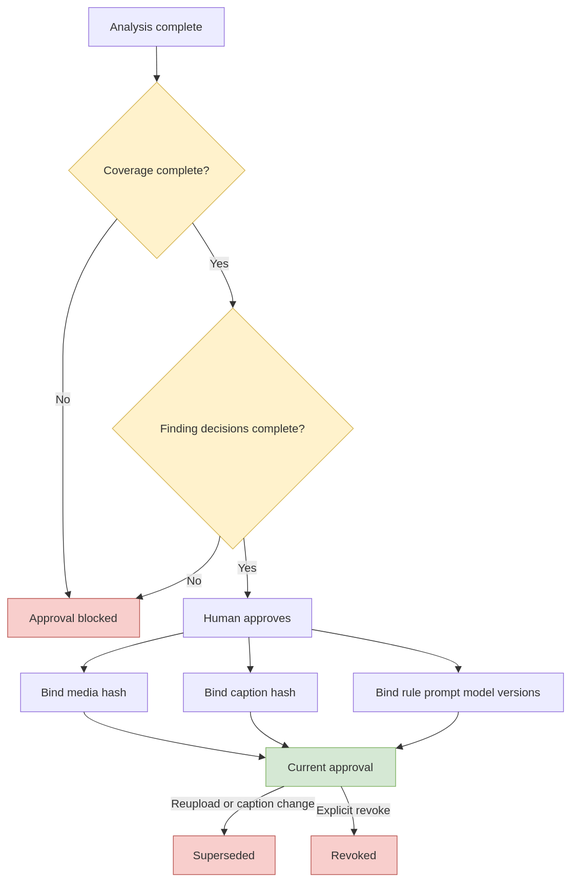
Alivestars24/Vouch keeps this draw.io diagram as docs/diagrams/07-approval-binding.drawio.svg. Above is the earlier version. Source tidied: cells renumbered, new cells last; positions are measured from the earlier drawing's top-left corner, leaving out a move shared by most shapes.
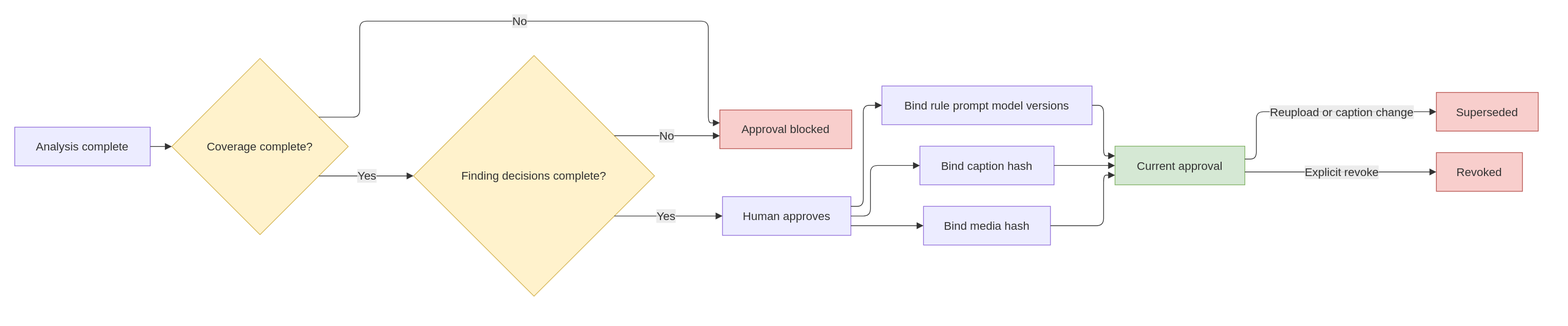
Above is the later version.

Diff of the diagram source:
```diff
@@ -3,125 +3,141 @@
     <mxCell id="0" />
     <mxCell id="1" parent="0" />
     <mxCell id="2" value="Analysis complete" style="html=1;whiteSpace=wrap;strokeWidth=1;fillColor=light-dark(#ECECFF,#1f2020);strokeColor=light-dark(#9370DB,#cccccc);fontColor=light-dark(#333333,#cccccc);fontFamily=Trebuchet MS,Verdana,Arial,sans-serif;fontSize=16;" parent="1" vertex="1">
-      <mxGeometry x="113" width="189" height="54" as="geometry" />
+      <mxGeometry x="4" y="170" width="189" height="54" as="geometry" />
     </mxCell>
     <mxCell id="3" value="Coverage complete?" style="rhombus;html=1;strokeWidth=1;whiteSpace=wrap;fillColor=#fff2cc;strokeColor=#d6b656;fontColor=light-dark(#333333,#cccccc);fontFamily=Trebuchet MS,Verdana,Arial,sans-serif;fontSize=16;" parent="1" vertex="1">
-      <mxGeometry x="85" y="104" width="246" height="246" as="geometry" />
+      <mxGeometry x="223" y="74" width="246" height="246" as="geometry" />
     </mxCell>
     <mxCell id="4" value="Approval blocked" style="html=1;whiteSpace=wrap;strokeWidth=1;fillColor=#f8cecc;strokeColor=#b85450;fontColor=light-dark(#333333,#cccccc);fontFamily=Trebuchet MS,Verdana,Arial,sans-serif;fontSize=16;" parent="1" vertex="1">
-      <mxGeometry y="824" width="184" height="54" as="geometry" />
+      <mxGeometry x="987" y="146" width="184" height="54" as="geometry" />
     </mxCell>
     <mxCell id="5" value="Finding decisions complete?" style="rhombus;html=1;strokeWidth=1;whiteSpace=wrap;fillColor=#fff2cc;strokeColor=#d6b656;fontColor=light-dark(#333333,#cccccc);fontFamily=Trebuchet MS,Verdana,Arial,sans-serif;fontSize=16;" parent="1" vertex="1">
-      <mxGeometry x="146" y="419" width="336" height="336" as="geometry" />
+      <mxGeometry x="560" y="70" width="336" height="336" as="geometry" />
     </mxCell>
     <mxCell id="6" value="Human approves" style="html=1;whiteSpace=wrap;strokeWidth=1;fillColor=light-dark(#ECECFF,#1f2020);strokeColor=light-dark(#9370DB,#cccccc);fontColor=light-dark(#333333,#cccccc);fontFamily=Trebuchet MS,Verdana,Arial,sans-serif;fontSize=16;" parent="1" vertex="1">
-      <mxGeometry x="245" y="824" width="179" height="54" as="geometry" />
+      <mxGeometry x="990.8" y="267" width="179" height="54" as="geometry" />
     </mxCell>
     <mxCell id="7" value="Bind media hash" style="html=1;whiteSpace=wrap;strokeWidth=1;fillColor=light-dark(#ECECFF,#1f2020);strokeColor=light-dark(#9370DB,#cccccc);fontColor=light-dark(#333333,#cccccc);fontFamily=Trebuchet MS,Verdana,Arial,sans-serif;fontSize=16;" parent="1" vertex="1">
-      <mxGeometry x="18" y="928" width="177" height="54" as="geometry" />
+      <mxGeometry x="1271" y="280.5" width="177" height="54" as="geometry" />
     </mxCell>
     <mxCell id="8" value="Bind caption hash" style="html=1;whiteSpace=wrap;strokeWidth=1;fillColor=light-dark(#ECECFF,#1f2020);strokeColor=light-dark(#9370DB,#cccccc);fontColor=light-dark(#333333,#cccccc);fontFamily=Trebuchet MS,Verdana,Arial,sans-serif;fontSize=16;" parent="1" vertex="1">
-      <mxGeometry x="245" y="928" width="187" height="54" as="geometry" />
+      <mxGeometry x="1266" y="196.5" width="187" height="54" as="geometry" />
     </mxCell>
     <mxCell id="9" value="Bind rule prompt model versions" style="html=1;whiteSpace=wrap;strokeWidth=1;fillColor=light-dark(#ECECFF,#1f2020);strokeColor=light-dark(#9370DB,#cccccc);fontColor=light-dark(#333333,#cccccc);fontFamily=Trebuchet MS,Verdana,Arial,sans-serif;fontSize=16;" parent="1" vertex="1">
-      <mxGeometry x="482" y="928" width="293" height="54" as="geometry" />
+      <mxGeometry x="1213" y="112.5" width="293" height="54" as="geometry" />
     </mxCell>
     <mxCell id="10" value="Current approval" style="html=1;whiteSpace=wrap;strokeWidth=1;fillColor=#d5e8d4;strokeColor=#82b366;fontColor=light-dark(#333333,#cccccc);fontFamily=Trebuchet MS,Verdana,Arial,sans-serif;fontSize=16;" parent="1" vertex="1">
-      <mxGeometry x="360" y="1032" width="181" height="54" as="geometry" />
+      <mxGeometry x="1538" y="196.5" width="181" height="54" as="geometry" />
     </mxCell>
     <mxCell id="11" value="Superseded" style="html=1;whiteSpace=wrap;strokeWidth=1;fillColor=#f8cecc;strokeColor=#b85450;fontColor=light-dark(#333333,#cccccc);fontFamily=Trebuchet MS,Verdana,Arial,sans-serif;fontSize=16;" parent="1" vertex="1">
-      <mxGeometry x="231" y="1155" width="142" height="54" as="geometry" />
+      <mxGeometry x="1986" y="121.5" width="142" height="54" as="geometry" />
     </mxCell>
     <mxCell id="12" value="Revoked" style="html=1;whiteSpace=wrap;strokeWidth=1;fillColor=#f8cecc;strokeColor=#b85450;fontColor=light-dark(#333333,#cccccc);fontFamily=Trebuchet MS,Verdana,Arial,sans-serif;fontSize=16;" parent="1" vertex="1">
-      <mxGeometry x="423" y="1155" width="120" height="54" as="geometry" />
+      <mxGeometry x="1986" y="205.5" width="120" height="54" as="geometry" />
     </mxCell>
-    <mxCell id="13" style="curved=1;startArrow=none;endArrow=block;endSize=7;strokeColor=light-dark(#333333,#cccccc);exitX=0.5;exitY=1;entryX=0.5;entryY=0;" parent="1" edge="1" source="2" target="3">
-      <mxGeometry relative="1" as="geometry" />
+    <mxCell id="13" style="curved=0;startArrow=none;endArrow=block;endSize=7;strokeColor=light-dark(#333333,#cccccc);edgeStyle=orthogonalEdgeStyle;rounded=1;exitX=1;exitY=0.5;entryX=0;entryY=0.5;" parent="1" edge="1" source="2" target="3">
+      <mxGeometry relative="1" as="geometry">
+        <Array as="points">
+          <mxPoint x="208" y="197" />
+        </Array>
+      </mxGeometry>
     </mxCell>
-    <mxCell id="14" value="No" style="curved=1;startArrow=none;endArrow=block;endSize=7;strokeColor=light-dark(#333333,#cccccc);html=1;fontSize=16;labelBackgroundColor=light-dark(#E8E8E88D,#2a2a2a8D);fontFamily=Trebuchet MS,Verdana,Arial,sans-serif;fontColor=light-dark(#333333,#cccccc);exitX=0.09;exitY=1;entryX=0.47;entryY=0;" parent="1" edge="1" source="3" target="4">
+    <mxCell id="14" value="No" style="curved=0;startArrow=none;endArrow=block;endSize=7;strokeColor=light-dark(#333333,#cccccc);html=1;fontSize=16;labelBackgroundColor=light-dark(#E8E8E88D,#2a2a2a8D);fontFamily=Trebuchet MS,Verdana,Arial,sans-serif;fontColor=light-dark(#333333,#cccccc);edgeStyle=orthogonalEdgeStyle;rounded=1;exitX=0.8333;exitY=0.3333;entryX=0;entryY=0.3333;" parent="1" edge="1" source="3" target="4">
       <mxGeometry relative="1" as="geometry">
         <Array as="points">
-          <mxPoint x="77" y="385" />
-          <mxPoint x="77" y="587" />
-          <mxPoint x="77" y="790" />
+          <mxPoint x="485" y="156" />
+          <mxPoint x="485" y="22" />
+          <mxPoint x="971" y="22" />
+          <mxPoint x="971" y="164" />
         </Array>
+        <mxPoint x="-4" as="offset" />
       </mxGeometry>
     </mxCell>
-    <mxCell id="15" value="Yes" style="curved=1;startArrow=none;endArrow=block;endSize=7;strokeColor=light-dark(#333333,#cccccc);html=1;fontSize=16;labelBackgroundColor=light-dark(#E8E8E88D,#2a2a2a8D);fontFamily=Trebuchet MS,Verdana,Arial,sans-serif;fontColor=light-dark(#333333,#cccccc);exitX=0.84;exitY=1;entryX=0.5;entryY=0;" parent="1" edge="1" source="3" target="5">
+    <mxCell id="15" value="Yes" style="curved=0;startArrow=none;endArrow=block;endSize=7;strokeColor=light-dark(#333333,#cccccc);html=1;fontSize=16;labelBackgroundColor=light-dark(#E8E8E88D,#2a2a2a8D);fontFamily=Trebuchet MS,Verdana,Arial,sans-serif;fontColor=light-dark(#333333,#cccccc);edgeStyle=orthogonalEdgeStyle;rounded=1;exitX=0.8333;exitY=0.6667;entryX=0;entryY=0.5;" parent="1" edge="1" source="3" target="5">
       <mxGeometry relative="1" as="geometry">
         <Array as="points">
-          <mxPoint x="314" y="385" />
+          <mxPoint x="514.5" y="238" />
         </Array>
+        <mxPoint x="1" as="offset" />
       </mxGeometry>
     </mxCell>
-    <mxCell id="16" value="No" style="curved=1;startArrow=none;endArrow=block;endSize=7;strokeColor=light-dark(#333333,#cccccc);html=1;fontSize=16;labelBackgroundColor=light-dark(#E8E8E88D,#2a2a2a8D);fontFamily=Trebuchet MS,Verdana,Arial,sans-serif;fontColor=light-dark(#333333,#cccccc);exitX=0.44;exitY=1;entryX=0.97;entryY=0;" parent="1" edge="1" source="5" target="4">
+    <mxCell id="16" value="No" style="curved=0;startArrow=none;endArrow=block;endSize=7;strokeColor=light-dark(#333333,#cccccc);html=1;fontSize=16;labelBackgroundColor=light-dark(#E8E8E88D,#2a2a2a8D);fontFamily=Trebuchet MS,Verdana,Arial,sans-serif;fontColor=light-dark(#333333,#cccccc);edgeStyle=orthogonalEdgeStyle;rounded=1;exitX=0.8333;exitY=0.3333;entryX=0;entryY=0.6667;" parent="1" edge="1" source="5" target="4">
       <mxGeometry relative="1" as="geometry">
         <Array as="points">
-          <mxPoint x="290" y="790" />
+          <mxPoint x="941.5" y="182" />
         </Array>
+        <mxPoint x="-1" as="offset" />
       </mxGeometry>
     </mxCell>
-    <mxCell id="17" value="Yes" style="curved=1;startArrow=none;endArrow=block;endSize=7;strokeColor=light-dark(#333333,#cccccc);html=1;fontSize=16;labelBackgroundColor=light-dark(#E8E8E88D,#2a2a2a8D);fontFamily=Trebuchet MS,Verdana,Arial,sans-serif;fontColor=light-dark(#333333,#cccccc);exitX=0.55;exitY=1;entryX=0.5;entryY=0;" parent="1" edge="1" source="5" target="6">
+    <mxCell id="17" value="Yes" style="curved=0;startArrow=none;endArrow=block;endSize=7;strokeColor=light-dark(#333333,#cccccc);html=1;fontSize=16;labelBackgroundColor=light-dark(#E8E8E88D,#2a2a2a8D);fontFamily=Trebuchet MS,Verdana,Arial,sans-serif;fontColor=light-dark(#333333,#cccccc);edgeStyle=orthogonalEdgeStyle;rounded=1;exitX=0.8333;exitY=0.6667;entryX=0;entryY=0.5;" parent="1" edge="1" source="5" target="6">
       <mxGeometry relative="1" as="geometry">
         <Array as="points">
-          <mxPoint x="335" y="790" />
+          <mxPoint x="943.4" y="294" />
         </Array>
+        <mxPoint x="-2.9" as="offset" />
       </mxGeometry>
     </mxCell>
-    <mxCell id="18" style="curved=1;startArrow=none;endArrow=block;endSize=7;strokeColor=light-dark(#333333,#cccccc);exitX=0;exitY=0.89;entryX=0.5;entryY=0;" parent="1" edge="1" source="6" target="7">
+    <mxCell id="18" style="curved=0;startArrow=none;endArrow=block;endSize=7;strokeColor=light-dark(#333333,#cccccc);edgeStyle=orthogonalEdgeStyle;rounded=1;exitX=1;exitY=0.75;entryX=0;entryY=0.5;" parent="1" edge="1" source="6" target="7">
       <mxGeometry relative="1" as="geometry">
         <Array as="points">
-          <mxPoint x="106" y="903" />
+          <mxPoint x="1220.4" y="307.5" />
         </Array>
       </mxGeometry>
     </mxCell>
-    <mxCell id="19" style="curved=1;startArrow=none;endArrow=block;endSize=7;strokeColor=light-dark(#333333,#cccccc);exitX=0.51;exitY=1;entryX=0.5;entryY=0;" parent="1" edge="1" source="6" target="8">
+    <mxCell id="19" style="curved=0;startArrow=none;endArrow=block;endSize=7;strokeColor=light-dark(#333333,#cccccc);edgeStyle=orthogonalEdgeStyle;rounded=1;exitX=1;exitY=0.5;entryX=0;entryY=0.5;" parent="1" edge="1" source="6" target="8">
       <mxGeometry relative="1" as="geometry">
         <Array as="points">
-          <mxPoint x="338" y="903" />
+          <mxPoint x="1197" y="294" />
+          <mxPoint x="1197" y="223.5" />
         </Array>
       </mxGeometry>
     </mxCell>
-    <mxCell id="20" style="curved=1;startArrow=none;endArrow=block;endSize=7;strokeColor=light-dark(#333333,#cccccc);exitX=1;exitY=0.8;entryX=0.5;entryY=0;" parent="1" edge="1" source="6" target="9">
+    <mxCell id="20" style="curved=0;startArrow=none;endArrow=block;endSize=7;strokeColor=light-dark(#333333,#cccccc);edgeStyle=orthogonalEdgeStyle;rounded=1;exitX=1;exitY=0.25;entryX=0;entryY=0.5;" parent="1" edge="1" source="6" target="9">
       <mxGeometry relative="1" as="geometry">
         <Array as="points">
-          <mxPoint x="628" y="903" />
+          <mxPoint x="1187" y="280.5" />
+          <mxPoint x="1187" y="139.5" />
         </Array>
       </mxGeometry>
     </mxCell>
-    <mxCell id="21" style="curved=1;startArrow=none;endArrow=block;endSize=7;strokeColor=light-dark(#333333,#cccccc);exitX=0.5;exitY=1;entryX=0;entryY=0.26;" parent="1" edge="1" source="7" target="10">
+    <mxCell id="21" style="curved=0;startArrow=none;endArrow=block;endSize=7;strokeColor=light-dark(#333333,#cccccc);edgeStyle=orthogonalEdgeStyle;rounded=1;exitX=1;exitY=0.5;entryX=0;entryY=0.75;" parent="1" edge="1" source="7" target="10">
       <mxGeometry relative="1" as="geometry">
         <Array as="points">
-          <mxPoint x="106" y="1007" />
+          <mxPoint x="1522" y="307.5" />
+          <mxPoint x="1522" y="237" />
         </Array>
       </mxGeometry>
     </mxCell>
-    <mxCell id="22" style="curved=1;startArrow=none;endArrow=block;endSize=7;strokeColor=light-dark(#333333,#cccccc);exitX=0.5;exitY=1;entryX=0.18;entryY=0;" parent="1" edge="1" source="8" target="10">
+    <mxCell id="22" style="curved=0;startArrow=none;endArrow=block;endSize=7;strokeColor=light-dark(#333333,#cccccc);edgeStyle=orthogonalEdgeStyle;rounded=1;exitX=1;exitY=0.5;entryX=0;entryY=0.5;" parent="1" edge="1" source="8" target="10">
       <mxGeometry relative="1" as="geometry">
         <Array as="points">
-          <mxPoint x="338" y="1007" />
+          <mxPoint x="1495.5" y="223.5" />
         </Array>
       </mxGeometry>
     </mxCell>
-    <mxCell id="23" style="curved=1;startArrow=none;endArrow=block;endSize=7;strokeColor=light-dark(#333333,#cccccc);exitX=0.5;exitY=1;entryX=1;entryY=0.02;" parent="1" edge="1" source="9" target="10">
+    <mxCell id="23" style="curved=0;startArrow=none;endArrow=block;endSize=7;strokeColor=light-dark(#333333,#cccccc);edgeStyle=orthogonalEdgeStyle;rounded=1;exitX=1;exitY=0.5;entryX=0;entryY=0.25;" parent="1" edge="1" source="9" target="10">
       <mxGeometry relative="1" as="geometry">
         <Array as="points">
-          <mxPoint x="628" y="1007" />
+          <mxPoint x="1522" y="139.5" />
+          <mxPoint x="1522" y="210" />
         </Array>
       </mxGeometry>
     </mxCell>
-    <mxCell id="24" value="Reupload or caption change" style="curved=1;startArrow=none;endArrow=block;endSize=7;strokeColor=light-dark(#333333,#cccccc);html=1;fontSize=16;labelBackgroundColor=light-dark(#E8E8E88D,#2a2a2a8D);fontFamily=Trebuchet MS,Verdana,Arial,sans-serif;fontColor=light-dark(#333333,#cccccc);exitX=0.14;exitY=1;entryX=0.5;entryY=0;" parent="1" edge="1" source="10" target="11">
+    <mxCell id="24" value="Reupload or caption change" style="curved=0;startArrow=none;endArrow=block;endSize=7;strokeColor=light-dark(#333333,#cccccc);html=1;fontSize=16;labelBackgroundColor=light-dark(#E8E8E88D,#2a2a2a8D);fontFamily=Trebuchet MS,Verdana,Arial,sans-serif;fontColor=light-dark(#333333,#cccccc);edgeStyle=orthogonalEdgeStyle;rounded=1;exitX=1;exitY=0.3333;entryX=0;entryY=0.5;" parent="1" edge="1" source="10" target="11">
       <mxGeometry relative="1" as="geometry">
         <Array as="points">
-          <mxPoint x="302" y="1121" />
+          <mxPoint x="1735" y="214.5" />
+          <mxPoint x="1735" y="148.5" />
         </Array>
+        <mxPoint x="34" as="offset" />
       </mxGeometry>
     </mxCell>
-    <mxCell id="25" value="Explicit revoke" style="curved=1;startArrow=none;endArrow=block;endSize=7;strokeColor=light-dark(#333333,#cccccc);html=1;fontSize=16;labelBackgroundColor=light-dark(#E8E8E88D,#2a2a2a8D);fontFamily=Trebuchet MS,Verdana,Arial,sans-serif;fontColor=light-dark(#333333,#cccccc);exitX=0.58;exitY=1;entryX=0.5;entryY=0;" parent="1" edge="1" source="10" target="12">
+    <mxCell id="25" value="Explicit revoke" style="curved=0;startArrow=none;endArrow=block;endSize=7;strokeColor=light-dark(#333333,#cccccc);html=1;fontSize=16;labelBackgroundColor=light-dark(#E8E8E88D,#2a2a2a8D);fontFamily=Trebuchet MS,Verdana,Arial,sans-serif;fontColor=light-dark(#333333,#cccccc);edgeStyle=orthogonalEdgeStyle;rounded=1;exitX=1;exitY=0.6667;entryX=0;entryY=0.5;" parent="1" edge="1" source="10" target="12">
       <mxGeometry relative="1" as="geometry">
         <Array as="points">
-          <mxPoint x="483" y="1121" />
+          <mxPoint x="1852.5" y="232.5" />
         </Array>
+        <mxPoint x="1" as="offset" />
       </mxGeometry>
     </mxCell>
   </root>
```
